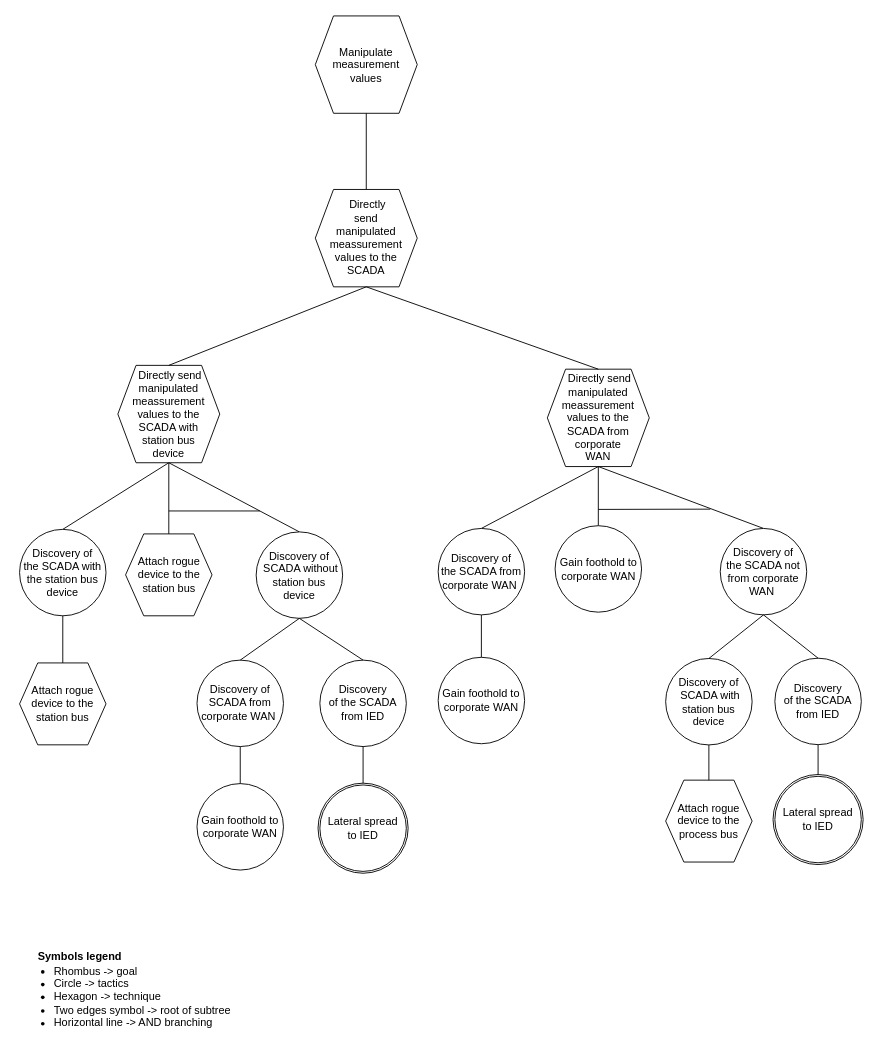
Earlier version of the draw.io diagram drawIO_trees/solution_3_2_1.drawio (mihaelM/Attack_trees). Source tidied: cells renumbered, new cells numbered last; positions are measured from the earlier drawing's top-left corner, leaving out a move shared by most shapes. Both pictures are drawn from the tidied source at 91%, with x=0, y=0 at pixel (15, 15).
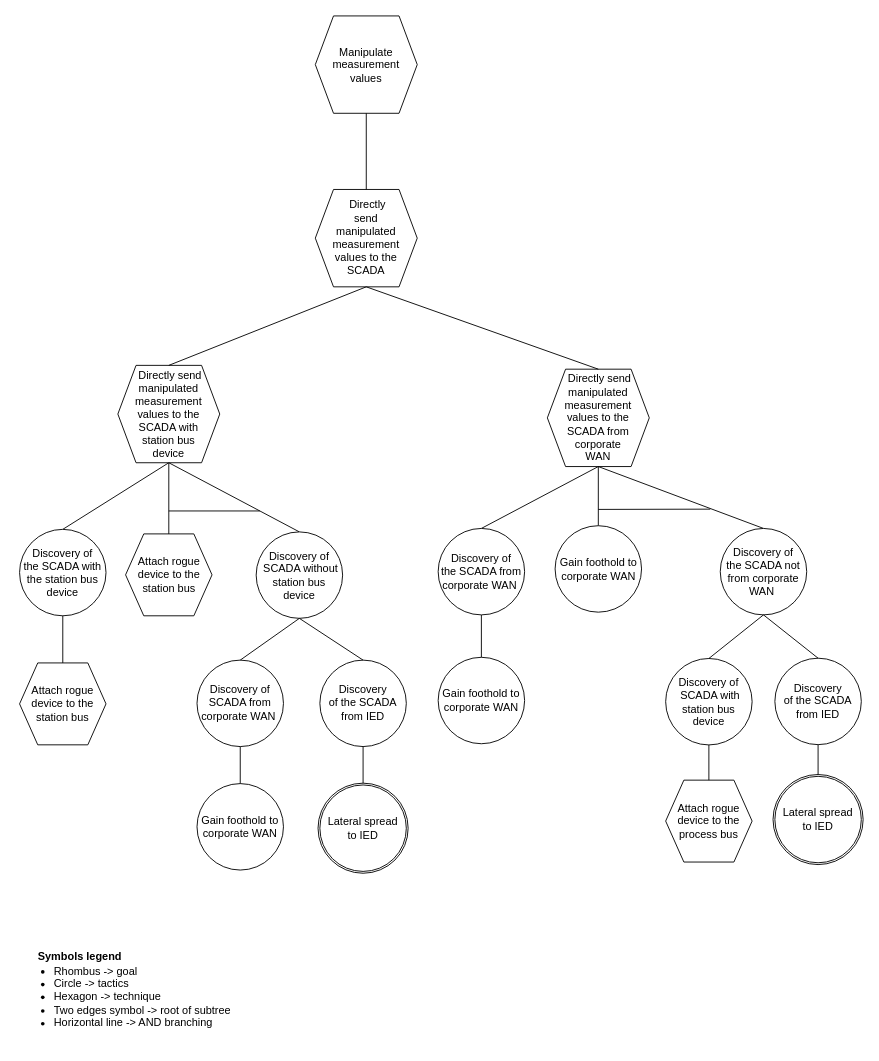
The same diagram, later.

Change to the diagram source:
```diff
@@
-    <mxCell id="6" value="&amp;nbsp;Directly&lt;br&gt;send&lt;br&gt;manipulated&lt;br&gt;meassurement&lt;br&gt;values to the&lt;br&gt;SCADA" style="shape=hexagon;perimeter=hexagonPerimeter2;whiteSpace=wrap;html=1;fixedSize=1;" parent="1" vertex="1">
+    <mxCell id="6" value="&amp;nbsp;Directly&lt;br&gt;send&lt;br&gt;manipulated&lt;br&gt;measurement&lt;br&gt;values to the&lt;br&gt;SCADA" style="shape=hexagon;perimeter=hexagonPerimeter2;whiteSpace=wrap;html=1;fixedSize=1;" parent="1" vertex="1">
       <mxGeometry x="329" y="190.7" width="112" height="107" as="geometry" />
     </mxCell>
@@
-    <mxCell id="13" value="&amp;nbsp;Directly send&lt;br&gt;manipulated&lt;br&gt;meassurement&lt;br&gt;values to the SCADA with &lt;br&gt;station bus &lt;br&gt;device" style="shape=hexagon;perimeter=hexagonPerimeter2;whiteSpace=wrap;html=1;fixedSize=1;" parent="1" vertex="1">
+    <mxCell id="13" value="&amp;nbsp;Directly send&lt;br&gt;manipulated&lt;br&gt;measurement&lt;br&gt;values to the SCADA with &lt;br&gt;station bus &lt;br&gt;device" style="shape=hexagon;perimeter=hexagonPerimeter2;whiteSpace=wrap;html=1;fixedSize=1;" parent="1" vertex="1">
       <mxGeometry x="112" y="384" width="112" height="107" as="geometry" />
     </mxCell>
-    <mxCell id="14" value="&amp;nbsp;Directly send&lt;br&gt;manipulated&lt;br&gt;meassurement&lt;br&gt;values to the&lt;br&gt;SCADA from corporate &lt;br&gt;WAN" style="shape=hexagon;perimeter=hexagonPerimeter2;whiteSpace=wrap;html=1;fixedSize=1;" parent="1" vertex="1">
+    <mxCell id="14" value="&amp;nbsp;Directly send&lt;br&gt;manipulated&lt;br&gt;measurement&lt;br&gt;values to the&lt;br&gt;SCADA from corporate &lt;br&gt;WAN" style="shape=hexagon;perimeter=hexagonPerimeter2;whiteSpace=wrap;html=1;fixedSize=1;" parent="1" vertex="1">
       <mxGeometry x="584" y="388.2" width="112" height="107" as="geometry" />
     </mxCell>
```
